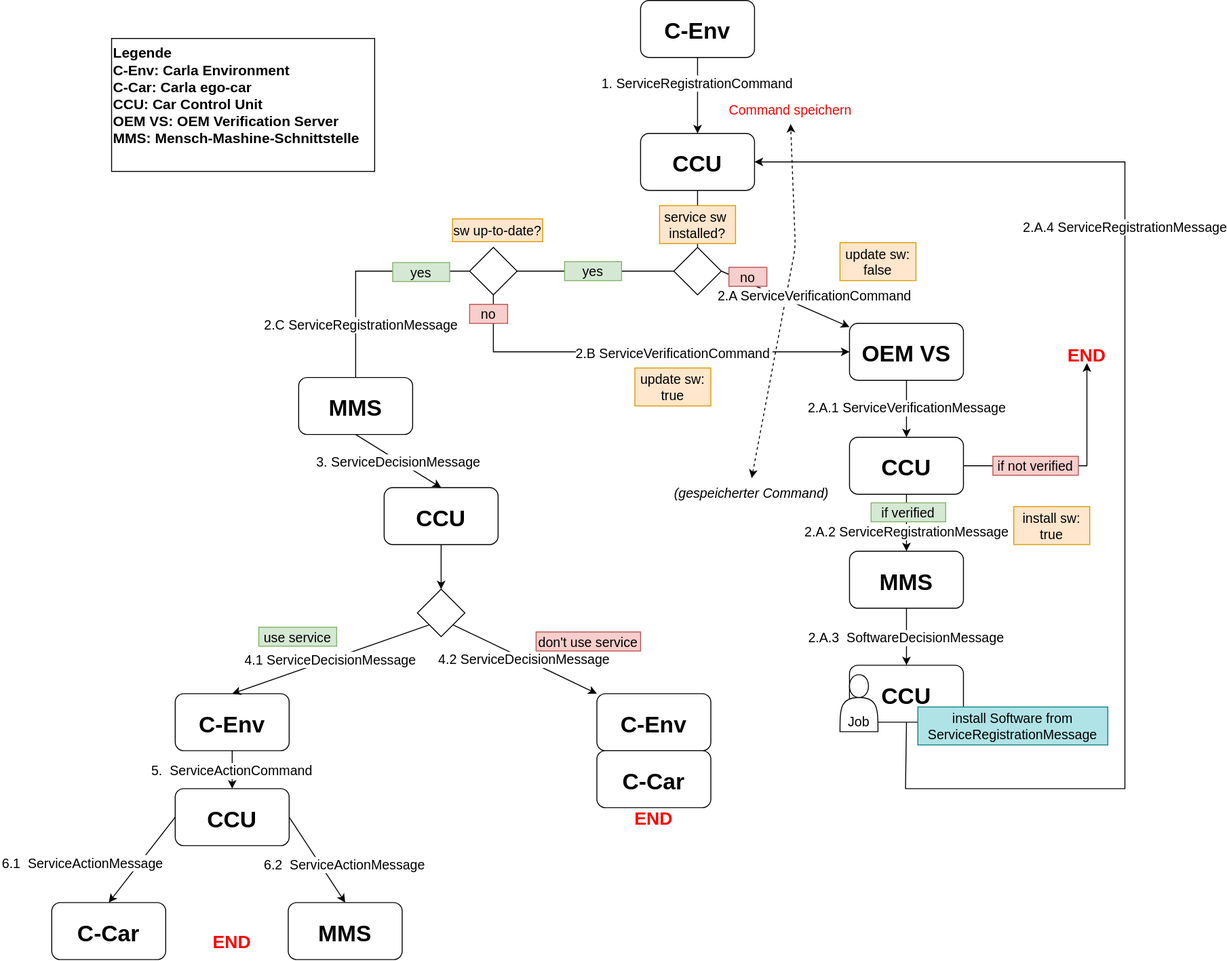
This is DrawIO_Diagrams/Model-and-Communication-Communication.svg from hesty98/bachelorthesis, a draw.io export, as it was before one commit. Source tidied: cells renumbered, new cells last; positions are measured from the earlier drawing's top-left corner, leaving out a move shared by most shapes.
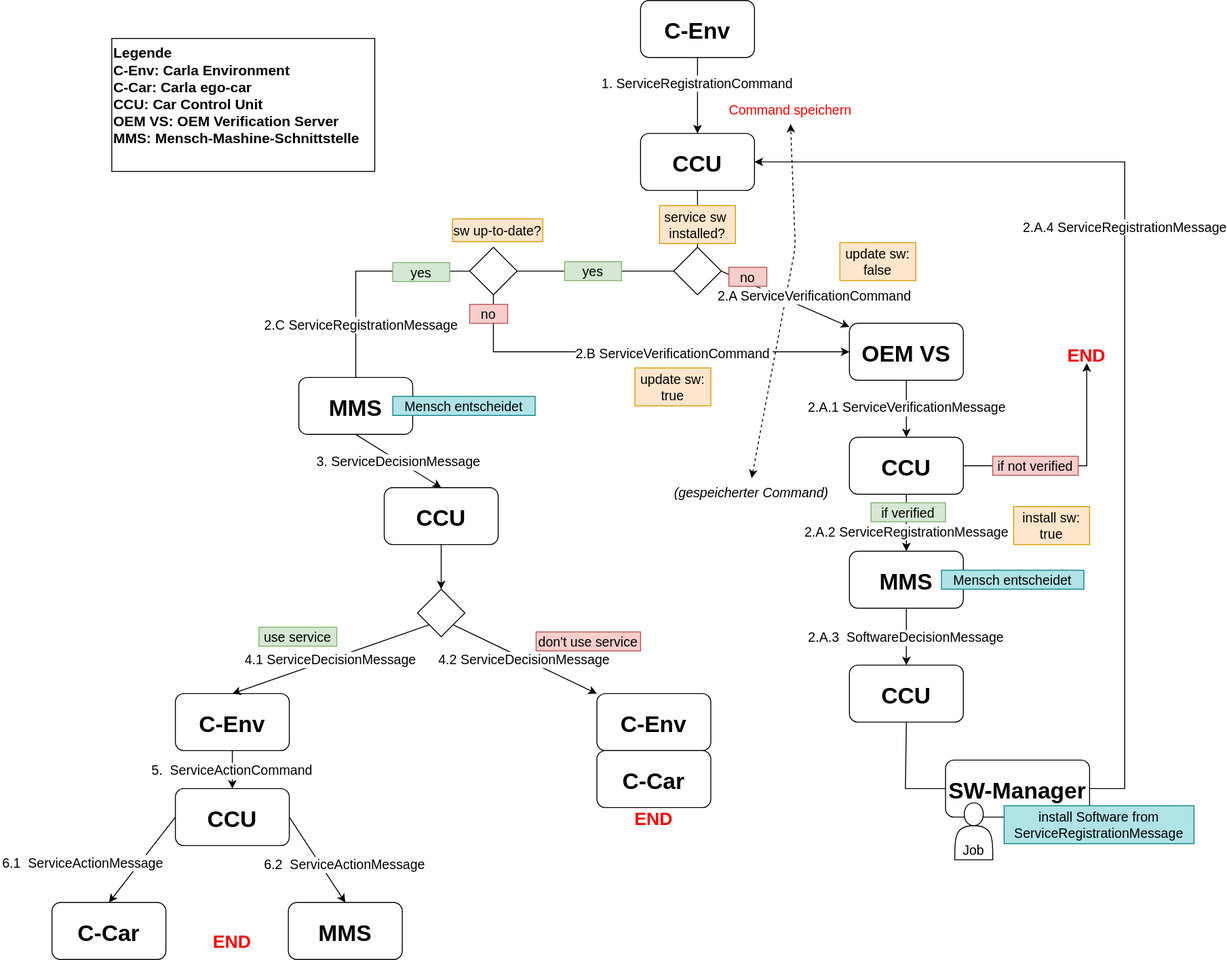
After the change.

Diff of the diagram source:
```diff
@@ -114,12 +114,6 @@
     <mxCell id="31" value="install sw:&#10;true" style="text;strokeColor=#d79b00;fillColor=#ffe6cc;align=center;verticalAlign=middle;rounded=0;fontSize=14;" parent="1" vertex="1">
       <mxGeometry x="1013" y="533" width="80" height="40" as="geometry" />
     </mxCell>
-    <mxCell id="32" value="Job" style="shape=actor;labelBackgroundColor=#ffffff;fontSize=14;verticalAlign=bottom;" parent="1" vertex="1">
-      <mxGeometry x="830" y="710" width="40" height="60" as="geometry" />
-    </mxCell>
-    <mxCell id="33" value="install Software from &#10;ServiceRegistrationMessage" style="text;strokeColor=#0e8088;fillColor=#b0e3e6;align=center;verticalAlign=middle;rounded=0;fontSize=14;" parent="1" vertex="1">
-      <mxGeometry x="912" y="744" width="200" height="40" as="geometry" />
-    </mxCell>
     <mxCell id="34" value="3. ServiceDecisionMessage" style="edgeStyle=none;rounded=0;jettySize=auto;html=0;exitX=0.5;exitY=1;exitDx=0;exitDy=0;entryX=0.5;entryY=0;entryDx=0;entryDy=0;fontSize=14;" parent="1" edge="1" source="35" target="37">
       <mxGeometry relative="1" as="geometry" />
     </mxCell>
@@ -211,5 +205,20 @@
     <mxCell id="62" value="END" style="text;strokeColor=none;fillColor=none;align=center;verticalAlign=middle;rounded=0;fontSize=19;fontColor=#FF0000;fontStyle=1;" parent="1" vertex="1">
       <mxGeometry x="1050" y="362" width="80" height="20" as="geometry" />
     </mxCell>
+    <mxCell id="63" value="SW-Manager" style="rounded=1;fillColor=#FFFFFF;gradientColor=none;fontStyle=1;fontSize=24;" parent="1" vertex="1">
+      <mxGeometry x="941.2" y="800" width="151.8" height="60" as="geometry" />
+    </mxCell>
+    <mxCell id="64" value="Mensch entscheidet" style="text;strokeColor=#0e8088;fillColor=#b0e3e6;align=center;verticalAlign=middle;rounded=0;fontSize=14;" parent="1" vertex="1">
+      <mxGeometry x="359" y="417" width="150" height="20" as="geometry" />
+    </mxCell>
+    <mxCell id="65" value="Mensch entscheidet" style="text;strokeColor=#0e8088;fillColor=#b0e3e6;align=center;verticalAlign=middle;rounded=0;fontSize=14;" parent="1" vertex="1">
+      <mxGeometry x="937" y="600" width="150" height="20" as="geometry" />
+    </mxCell>
+    <mxCell id="33" value="install Software from &#10;ServiceRegistrationMessage" style="text;strokeColor=#0e8088;fillColor=#b0e3e6;align=center;verticalAlign=middle;rounded=0;fontSize=14;" parent="1" vertex="1">
+      <mxGeometry x="1003" y="848" width="200" height="40" as="geometry" />
+    </mxCell>
+    <mxCell id="32" value="Job" style="shape=actor;labelBackgroundColor=#ffffff;fontSize=14;verticalAlign=bottom;" parent="1" vertex="1">
+      <mxGeometry x="951" y="845" width="40" height="60" as="geometry" />
+    </mxCell>
   </root>
 </mxGraphModel>
```
